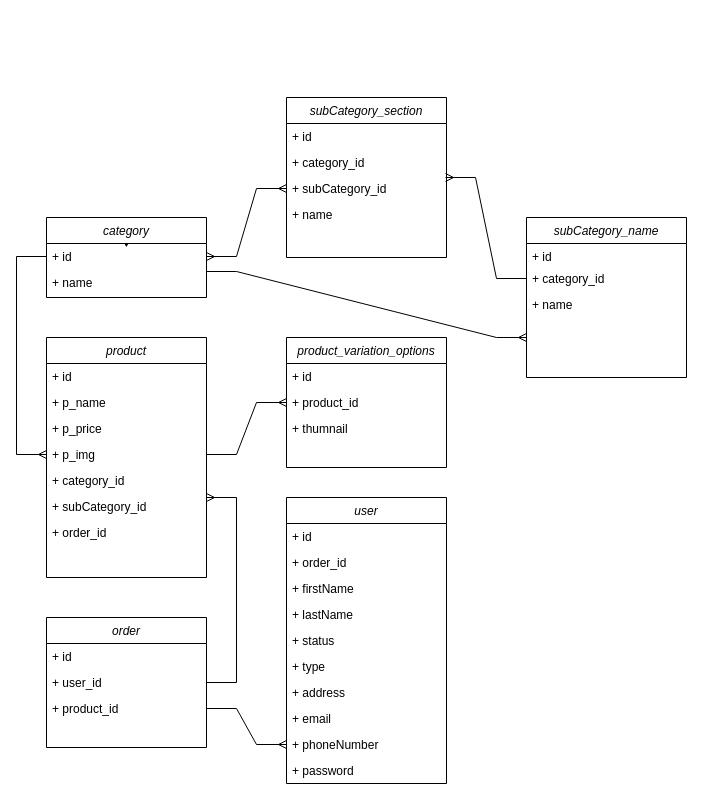
The draw.io diagram Untitled Diagram.drawio in tuantransn2001/lenleys_fullstack, before the edit. Source tidied: cells renumbered, new cells numbered last; positions are measured from the earlier drawing's top-left corner, leaving out a move shared by most shapes. Both pictures are drawn from the tidied source at 100%, with x=0, y=0 at pixel (16, 97).
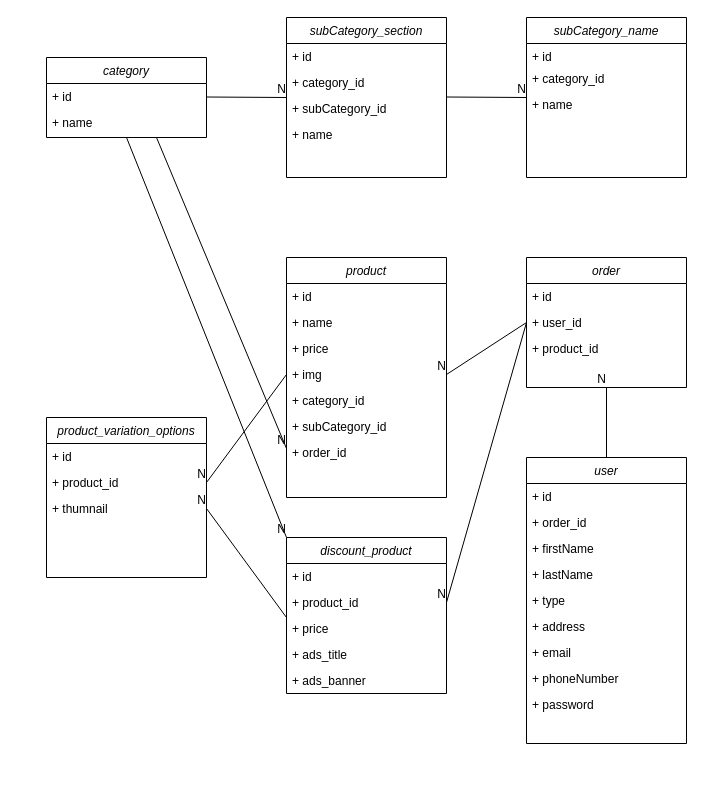
The same page after the edit.

The change refers to these unchanged cells:
```xml
<mxCell id="8" value="+ subCategory_id" style="text;align=left;verticalAlign=top;spacingLeft=4;spacingRight=4;overflow=hidden;points=[[0,0.5],[1,0.5]];portConstraint=eastwest;" parent="2" vertex="1">
  <mxGeometry y="156" width="160" height="26" as="geometry" />
</mxCell>
<mxCell id="9" value="+ order_id" style="text;align=left;verticalAlign=top;spacingLeft=4;spacingRight=4;overflow=hidden;points=[[0,0.5],[1,0.5]];portConstraint=eastwest;" parent="2" vertex="1">
  <mxGeometry y="182" width="160" height="18" as="geometry" />
</mxCell>
<mxCell id="12" value="+ product_id" style="text;align=left;verticalAlign=top;spacingLeft=4;spacingRight=4;overflow=hidden;points=[[0,0.5],[1,0.5]];portConstraint=eastwest;rounded=0;shadow=0;html=0;" parent="10" vertex="1">
  <mxGeometry y="52" width="160" height="26" as="geometry" />
</mxCell>
<mxCell id="13" value="+ thumnail" style="text;align=left;verticalAlign=top;spacingLeft=4;spacingRight=4;overflow=hidden;points=[[0,0.5],[1,0.5]];portConstraint=eastwest;rounded=0;shadow=0;html=0;" parent="10" vertex="1">
  <mxGeometry y="78" width="160" height="26" as="geometry" />
</mxCell>
<mxCell id="27" value="+ id" style="text;align=left;verticalAlign=top;spacingLeft=4;spacingRight=4;overflow=hidden;points=[[0,0.5],[1,0.5]];portConstraint=eastwest;" parent="26" vertex="1">
  <mxGeometry y="26" width="160" height="26" as="geometry" />
</mxCell>
<mxCell id="28" value="+ name" style="text;align=left;verticalAlign=top;spacingLeft=4;spacingRight=4;overflow=hidden;points=[[0,0.5],[1,0.5]];portConstraint=eastwest;rounded=0;shadow=0;html=0;" parent="26" vertex="1">
  <mxGeometry y="52" width="160" height="26" as="geometry" />
</mxCell>
<mxCell id="31" value="+ category_id" style="text;align=left;verticalAlign=top;spacingLeft=4;spacingRight=4;overflow=hidden;points=[[0,0.5],[1,0.5]];portConstraint=eastwest;rounded=0;shadow=0;html=0;" parent="29" vertex="1">
  <mxGeometry y="48" width="160" height="26" as="geometry" />
</mxCell>
<mxCell id="35" value="+ category_id" style="text;align=left;verticalAlign=top;spacingLeft=4;spacingRight=4;overflow=hidden;points=[[0,0.5],[1,0.5]];portConstraint=eastwest;" parent="33" vertex="1">
  <mxGeometry y="52" width="160" height="26" as="geometry" />
</mxCell>
<mxCell id="36" value="+ subCategory_id" style="text;align=left;verticalAlign=top;spacingLeft=4;spacingRight=4;overflow=hidden;points=[[0,0.5],[1,0.5]];portConstraint=eastwest;rounded=0;shadow=0;html=0;" parent="33" vertex="1">
  <mxGeometry y="78" width="160" height="26" as="geometry" />
</mxCell>
<mxCell id="42" value="+ user_id" style="text;align=left;verticalAlign=top;spacingLeft=4;spacingRight=4;overflow=hidden;points=[[0,0.5],[1,0.5]];portConstraint=eastwest;rounded=0;shadow=0;html=0;" parent="40" vertex="1">
  <mxGeometry y="52" width="160" height="26" as="geometry" />
</mxCell>
<mxCell id="43" value="+ product_id" style="text;align=left;verticalAlign=top;spacingLeft=4;spacingRight=4;overflow=hidden;points=[[0,0.5],[1,0.5]];portConstraint=eastwest;rounded=0;shadow=0;html=0;" parent="40" vertex="1">
  <mxGeometry y="78" width="160" height="26" as="geometry" />
</mxCell>
```

The edit, as a diff of the source:
```diff
@@
     <mxCell id="2" value="product" style="swimlane;fontStyle=2;align=center;verticalAlign=top;horizontal=1;startSize=26;rounded=0;shadow=0;strokeWidth=1;" parent="1" vertex="1">
-      <mxGeometry x="30" y="240" width="160" height="240" as="geometry" />
+      <mxGeometry x="270" y="160" width="160" height="240" as="geometry" />
     </mxCell>
@@
-    <mxCell id="4" value="+ p_name" style="text;align=left;verticalAlign=top;spacingLeft=4;spacingRight=4;overflow=hidden;rounded=0;shadow=0;html=0;" parent="2" vertex="1">
+    <mxCell id="4" value="+ name" style="text;align=left;verticalAlign=top;spacingLeft=4;spacingRight=4;overflow=hidden;rounded=0;shadow=0;html=0;" parent="2" vertex="1">
       <mxGeometry y="52" width="160" height="26" as="geometry" />
     </mxCell>
-    <mxCell id="5" value="+ p_price" style="text;align=left;verticalAlign=top;spacingLeft=4;spacingRight=4;overflow=hidden;rounded=0;shadow=0;html=0;" parent="2" vertex="1">
+    <mxCell id="5" value="+ price" style="text;align=left;verticalAlign=top;spacingLeft=4;spacingRight=4;overflow=hidden;rounded=0;shadow=0;html=0;" parent="2" vertex="1">
       <mxGeometry y="78" width="160" height="26" as="geometry" />
     </mxCell>
-    <mxCell id="6" value="+ p_img" style="text;align=left;verticalAlign=top;spacingLeft=4;spacingRight=4;overflow=hidden;points=[[0,0.5],[1,0.5]];portConstraint=eastwest;rounded=0;shadow=0;html=0;" parent="2" vertex="1">
+    <mxCell id="6" value="+ img" style="text;align=left;verticalAlign=top;spacingLeft=4;spacingRight=4;overflow=hidden;points=[[0,0.5],[1,0.5]];portConstraint=eastwest;rounded=0;shadow=0;html=0;" parent="2" vertex="1">
       <mxGeometry y="104" width="160" height="26" as="geometry" />
     </mxCell>
@@
     <mxCell id="10" value="product_variation_options" style="swimlane;fontStyle=2;align=center;verticalAlign=top;horizontal=1;startSize=26;rounded=0;shadow=0;strokeWidth=1;" parent="1" vertex="1">
-      <mxGeometry x="270" y="240" width="160" height="130" as="geometry" />
+      <mxGeometry x="30" y="320" width="160" height="160" as="geometry" />
     </mxCell>
@@
     <mxCell id="14" value="user" style="swimlane;fontStyle=2;align=center;verticalAlign=top;horizontal=1;startSize=26;rounded=0;shadow=0;strokeWidth=1;" parent="1" vertex="1">
-      <mxGeometry x="270" y="400" width="160" height="286" as="geometry" />
+      <mxGeometry x="510" y="360" width="160" height="286" as="geometry" />
     </mxCell>
@@
-    <mxCell id="19" value="+ status" style="text;align=left;verticalAlign=top;spacingLeft=4;spacingRight=4;overflow=hidden;rounded=0;shadow=0;html=0;" parent="14" vertex="1">
-      <mxGeometry y="130" width="160" height="26" as="geometry" />
-    </mxCell>
     <mxCell id="20" value="+ type" style="text;align=left;verticalAlign=top;spacingLeft=4;spacingRight=4;overflow=hidden;" parent="14" vertex="1">
-      <mxGeometry y="156" width="160" height="26" as="geometry" />
+      <mxGeometry y="130" width="160" height="26" as="geometry" />
     </mxCell>
     <mxCell id="21" value="+ address&#10;" style="text;align=left;verticalAlign=top;spacingLeft=4;spacingRight=4;overflow=hidden;rounded=0;shadow=0;html=0;" parent="14" vertex="1">
-      <mxGeometry y="182" width="160" height="26" as="geometry" />
+      <mxGeometry y="156" width="160" height="26" as="geometry" />
     </mxCell>
     <mxCell id="22" value="+ email&#10;" style="text;align=left;verticalAlign=top;spacingLeft=4;spacingRight=4;overflow=hidden;rounded=0;shadow=0;html=0;" parent="14" vertex="1">
-      <mxGeometry y="208" width="160" height="26" as="geometry" />
+      <mxGeometry y="182" width="160" height="26" as="geometry" />
     </mxCell>
     <mxCell id="23" value="+ phoneNumber&#10;" style="text;align=left;verticalAlign=top;spacingLeft=4;spacingRight=4;overflow=hidden;points=[[0,0.5],[1,0.5]];portConstraint=eastwest;rounded=0;shadow=0;html=0;" parent="14" vertex="1">
-      <mxGeometry y="234" width="160" height="26" as="geometry" />
+      <mxGeometry y="208" width="160" height="26" as="geometry" />
     </mxCell>
     <mxCell id="24" value="+ password&#10;" style="text;align=left;verticalAlign=top;spacingLeft=4;spacingRight=4;overflow=hidden;rounded=0;shadow=0;html=0;" parent="14" vertex="1">
-      <mxGeometry y="260" width="160" height="26" as="geometry" />
+      <mxGeometry y="234" width="160" height="26" as="geometry" />
     </mxCell>
-    <mxCell id="25" style="edgeStyle=orthogonalEdgeStyle;rounded=0;jettySize=auto;html=1;exitX=0.5;exitY=0;exitDx=0;exitDy=0;" parent="1" edge="1" source="26">
-      <mxGeometry relative="1" as="geometry">
-        <mxPoint x="109.9" y="149.9" as="targetPoint" />
-      </mxGeometry>
-    </mxCell>
     <mxCell id="26" value="category" style="swimlane;fontStyle=2;align=center;verticalAlign=top;horizontal=1;startSize=26;rounded=0;shadow=0;strokeWidth=1;" parent="1" vertex="1">
-      <mxGeometry x="30" y="120" width="160" height="80" as="geometry" />
+      <mxGeometry x="30" y="-40" width="160" height="80" as="geometry" />
     </mxCell>
@@
     <mxCell id="29" value="subCategory_name&#10;" style="swimlane;fontStyle=2;align=center;verticalAlign=top;horizontal=1;startSize=26;rounded=0;shadow=0;strokeWidth=1;" parent="1" vertex="1">
-      <mxGeometry x="510" y="120" width="160" height="160" as="geometry" />
+      <mxGeometry x="510" y="-80" width="160" height="160" as="geometry" />
     </mxCell>
@@
     <mxCell id="33" value="subCategory_section" style="swimlane;fontStyle=2;align=center;verticalAlign=top;horizontal=1;startSize=26;rounded=0;shadow=0;strokeWidth=1;" parent="1" vertex="1">
-      <mxGeometry x="270" width="160" height="160" as="geometry" />
+      <mxGeometry x="270" y="-80" width="160" height="160" as="geometry" />
     </mxCell>
@@
-    <mxCell id="38" style="edgeStyle=orthogonalEdgeStyle;fontSize=12;html=1;endArrow=ERmany;rounded=0;exitX=0;exitY=0.5;exitDx=0;exitDy=0;entryX=0;entryY=0.5;entryDx=0;entryDy=0;" parent="1" edge="1" source="27" target="6">
-      <mxGeometry relative="1" as="geometry">
-        <Array as="points">
-          <mxPoint y="159" />
-          <mxPoint y="357" />
-        </Array>
-      </mxGeometry>
-    </mxCell>
-    <mxCell id="39" style="edgeStyle=entityRelationEdgeStyle;fontSize=12;html=1;endArrow=ERmany;rounded=0;exitX=1;exitY=0.5;exitDx=0;exitDy=0;entryX=0;entryY=0.5;entryDx=0;entryDy=0;" parent="1" edge="1" source="6" target="12">
-      <mxGeometry relative="1" as="geometry" />
-    </mxCell>
     <mxCell id="40" value="order" style="swimlane;fontStyle=2;align=center;verticalAlign=top;horizontal=1;startSize=26;rounded=0;shadow=0;strokeWidth=1;" parent="1" vertex="1">
-      <mxGeometry x="30" y="520" width="160" height="130" as="geometry" />
+      <mxGeometry x="510" y="160" width="160" height="130" as="geometry" />
     </mxCell>
@@
-    <mxCell id="44" style="edgeStyle=entityRelationEdgeStyle;fontSize=12;html=1;endArrow=ERmany;rounded=0;exitX=1;exitY=0.5;exitDx=0;exitDy=0;entryX=1;entryY=0.154;entryDx=0;entryDy=0;entryPerimeter=0;" parent="1" edge="1" source="42" target="8">
-      <mxGeometry relative="1" as="geometry" />
-    </mxCell>
-    <mxCell id="45" style="edgeStyle=entityRelationEdgeStyle;fontSize=12;html=1;endArrow=ERmany;rounded=0;exitX=1;exitY=0.5;exitDx=0;exitDy=0;entryX=0;entryY=0.5;entryDx=0;entryDy=0;" parent="1" edge="1" source="43" target="23">
-      <mxGeometry relative="1" as="geometry" />
-    </mxCell>
-    <mxCell id="46" style="edgeStyle=entityRelationEdgeStyle;fontSize=12;html=1;endArrow=ERmany;rounded=0;exitX=1;exitY=0.077;exitDx=0;exitDy=0;exitPerimeter=0;entryX=0;entryY=0.75;entryDx=0;entryDy=0;" parent="1" edge="1" source="28" target="29">
-      <mxGeometry relative="1" as="geometry" />
-    </mxCell>
-    <mxCell id="47" style="edgeStyle=entityRelationEdgeStyle;fontSize=12;html=1;endArrow=ERmany;startArrow=ERmany;rounded=0;entryX=0;entryY=0.5;entryDx=0;entryDy=0;exitX=1;exitY=0.5;exitDx=0;exitDy=0;" parent="1" edge="1" source="27" target="36">
-      <mxGeometry relative="1" as="geometry" />
-    </mxCell>
-    <mxCell id="48" style="edgeStyle=entityRelationEdgeStyle;fontSize=12;html=1;endArrow=ERmany;rounded=0;exitX=0;exitY=0.5;exitDx=0;exitDy=0;entryX=0.994;entryY=1.077;entryDx=0;entryDy=0;entryPerimeter=0;" parent="1" edge="1" source="31" target="35">
-      <mxGeometry relative="1" as="geometry" />
-    </mxCell>
+    <mxCell id="49" value="discount_product" style="swimlane;fontStyle=2;align=center;verticalAlign=top;horizontal=1;startSize=26;rounded=0;shadow=0;strokeWidth=1;" parent="1" vertex="1">
+      <mxGeometry x="270" y="440" width="160" height="156" as="geometry" />
+    </mxCell>
+    <mxCell id="50" value="+ id" style="text;align=left;verticalAlign=top;spacingLeft=4;spacingRight=4;overflow=hidden;" parent="49" vertex="1">
+      <mxGeometry y="26" width="160" height="26" as="geometry" />
+    </mxCell>
+    <mxCell id="51" value="+ product_id" style="text;align=left;verticalAlign=top;spacingLeft=4;spacingRight=4;overflow=hidden;points=[[0,0.5],[1,0.5]];portConstraint=eastwest;rounded=0;shadow=0;html=0;" parent="49" vertex="1">
+      <mxGeometry y="52" width="160" height="26" as="geometry" />
+    </mxCell>
+    <mxCell id="52" value="+ price&#10;" style="text;align=left;verticalAlign=top;spacingLeft=4;spacingRight=4;overflow=hidden;points=[[0,0.5],[1,0.5]];portConstraint=eastwest;rounded=0;shadow=0;html=0;" parent="49" vertex="1">
+      <mxGeometry y="78" width="160" height="26" as="geometry" />
+    </mxCell>
+    <mxCell id="53" value="+ ads_title" style="text;align=left;verticalAlign=top;spacingLeft=4;spacingRight=4;overflow=hidden;rounded=0;shadow=0;html=0;" parent="49" vertex="1">
+      <mxGeometry y="104" width="160" height="26" as="geometry" />
+    </mxCell>
+    <mxCell id="54" value="+ ads_banner" style="text;align=left;verticalAlign=top;spacingLeft=4;spacingRight=4;overflow=hidden;rounded=0;shadow=0;html=0;" parent="49" vertex="1">
+      <mxGeometry y="130" width="160" height="26" as="geometry" />
+    </mxCell>
+    <mxCell id="55" style="endArrow=none;html=1;rounded=0;" parent="1" edge="1">
+      <mxGeometry relative="1" as="geometry">
+        <mxPoint x="190" y="-0.5" as="sourcePoint" />
+        <mxPoint x="270" as="targetPoint" />
+      </mxGeometry>
+    </mxCell>
+    <mxCell id="56" value="N" style="html=1;align=right;verticalAlign=bottom;" parent="55" vertex="1">
+      <mxGeometry x="1" relative="1" as="geometry" />
+    </mxCell>
+    <mxCell id="57" style="endArrow=none;html=1;rounded=0;" parent="1" edge="1">
+      <mxGeometry relative="1" as="geometry">
+        <mxPoint x="430" y="-0.5" as="sourcePoint" />
+        <mxPoint x="510" as="targetPoint" />
+      </mxGeometry>
+    </mxCell>
+    <mxCell id="58" value="N" style="html=1;align=right;verticalAlign=bottom;" parent="57" vertex="1">
+      <mxGeometry x="1" relative="1" as="geometry" />
+    </mxCell>
+    <mxCell id="39" style="endArrow=none;html=1;rounded=0;exitX=0;exitY=0.5;exitDx=0;exitDy=0;entryX=1;entryY=0.5;entryDx=0;entryDy=0;" parent="1" edge="1" source="6" target="12">
+      <mxGeometry relative="1" as="geometry" />
+    </mxCell>
+    <mxCell id="59" value="N" style="html=1;align=right;verticalAlign=bottom;" parent="39" vertex="1">
+      <mxGeometry x="1" relative="1" as="geometry" />
+    </mxCell>
+    <mxCell id="60" style="endArrow=none;html=1;rounded=0;exitX=0;exitY=0.077;exitDx=0;exitDy=0;entryX=1;entryY=0.5;entryDx=0;entryDy=0;exitPerimeter=0;" parent="1" edge="1" source="52" target="13">
+      <mxGeometry relative="1" as="geometry" />
+    </mxCell>
+    <mxCell id="61" value="N" style="html=1;align=right;verticalAlign=bottom;" parent="60" vertex="1">
+      <mxGeometry x="1" relative="1" as="geometry" />
+    </mxCell>
+    <mxCell id="62" style="endArrow=none;html=1;rounded=0;exitX=0;exitY=0.5;exitDx=0;exitDy=0;entryX=1;entryY=0.5;entryDx=0;entryDy=0;" parent="1" edge="1" source="42" target="6">
+      <mxGeometry relative="1" as="geometry" />
+    </mxCell>
+    <mxCell id="63" value="N" style="html=1;align=right;verticalAlign=bottom;" parent="62" vertex="1">
+      <mxGeometry x="1" relative="1" as="geometry" />
+    </mxCell>
+    <mxCell id="64" style="endArrow=none;html=1;rounded=0;exitX=0;exitY=0.5;exitDx=0;exitDy=0;entryX=1;entryY=0.5;entryDx=0;entryDy=0;" parent="1" edge="1" source="42" target="51">
+      <mxGeometry relative="1" as="geometry" />
+    </mxCell>
+    <mxCell id="65" value="N" style="html=1;align=right;verticalAlign=bottom;" parent="64" vertex="1">
+      <mxGeometry x="1" relative="1" as="geometry" />
+    </mxCell>
+    <mxCell id="66" style="endArrow=none;html=1;rounded=0;exitX=0.5;exitY=0;exitDx=0;exitDy=0;entryX=0.5;entryY=1;entryDx=0;entryDy=0;" parent="1" edge="1" source="14" target="40">
+      <mxGeometry relative="1" as="geometry" />
+    </mxCell>
+    <mxCell id="67" value="N" style="html=1;align=right;verticalAlign=bottom;" parent="66" vertex="1">
+      <mxGeometry x="1" relative="1" as="geometry" />
+    </mxCell>
+    <mxCell id="68" style="endArrow=none;html=1;rounded=0;exitX=0.5;exitY=1;exitDx=0;exitDy=0;entryX=0;entryY=0;entryDx=0;entryDy=0;" parent="1" edge="1" source="26" target="49">
+      <mxGeometry relative="1" as="geometry" />
+    </mxCell>
+    <mxCell id="69" value="N" style="html=1;align=right;verticalAlign=bottom;" parent="68" vertex="1">
+      <mxGeometry x="1" relative="1" as="geometry" />
+    </mxCell>
+    <mxCell id="70" style="endArrow=none;html=1;rounded=0;exitX=0.5;exitY=1;exitDx=0;exitDy=0;entryX=0;entryY=0.5;entryDx=0;entryDy=0;" parent="1" edge="1" target="9">
+      <mxGeometry relative="1" as="geometry">
+        <mxPoint x="140" y="40" as="sourcePoint" />
+      </mxGeometry>
+    </mxCell>
+    <mxCell id="71" value="N" style="html=1;align=right;verticalAlign=bottom;" parent="70" vertex="1">
+      <mxGeometry x="1" relative="1" as="geometry" />
+    </mxCell>
```
